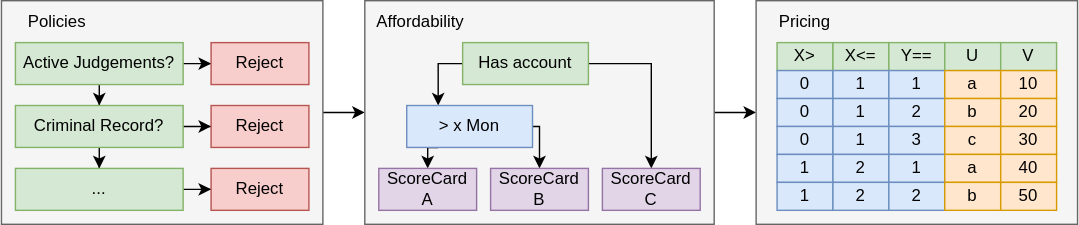
This is docs/_static/getting-started/example_pipeline_light.drawio.svg from capitec/dsp-decision-engine, a draw.io export, as it was before one commit. Source tidied: cells renumbered, new cells last; positions are measured from the earlier drawing's top-left corner, leaving out a move shared by most shapes.
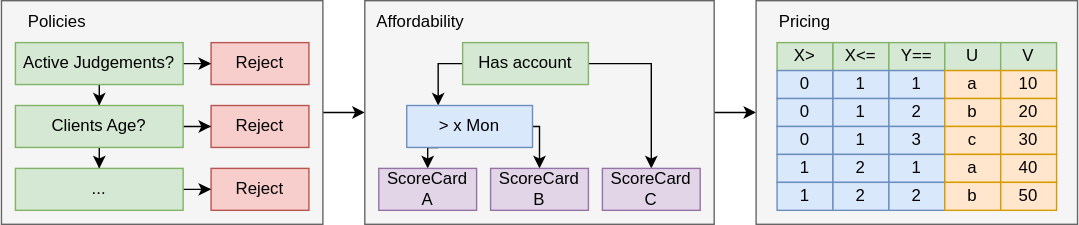
The same file after the commit.

Change to the diagram source:
```diff
@@ -26,7 +26,7 @@
     <mxCell id="9" style="edgeStyle=orthogonalEdgeStyle;rounded=0;jettySize=auto;html=1;entryX=0.5;entryY=0;entryDx=0;entryDy=0;fontColor=#000000;" parent="1" edge="1" source="10" target="13">
       <mxGeometry relative="1" as="geometry" />
     </mxCell>
-    <mxCell id="10" value="Criminal Record?" style="rounded=0;whiteSpace=wrap;html=1;fillColor=#d5e8d4;strokeColor=#82b366;fontColor=#000000;" parent="1" vertex="1">
+    <mxCell id="10" value="Clients Age?" style="rounded=0;whiteSpace=wrap;html=1;fillColor=#d5e8d4;strokeColor=#82b366;fontColor=#000000;" parent="1" vertex="1">
       <mxGeometry x="10" y="75" width="120" height="30" as="geometry" />
     </mxCell>
     <mxCell id="11" value="Reject" style="rounded=0;whiteSpace=wrap;html=1;fillColor=#f8cecc;strokeColor=#b85450;fontColor=#000000;" parent="1" vertex="1">
```
